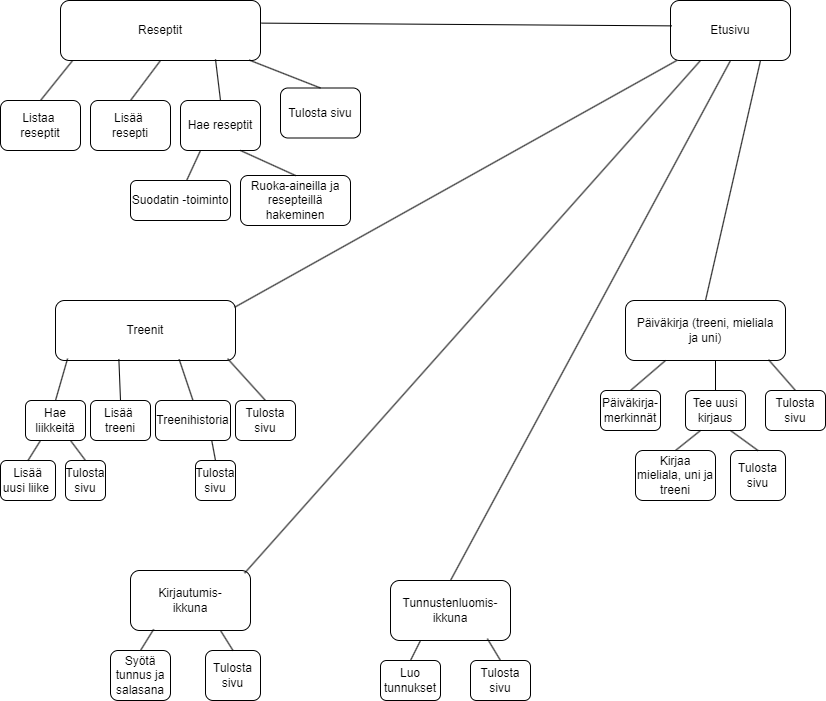
Before: Sisältökartta.drawio.png, a diagram exported from draw.io (PinjaCare/Projektity-n-kaaviot). Source tidied: cells renumbered, new cells last; positions are measured from the earlier drawing's top-left corner, leaving out a move shared by most shapes.
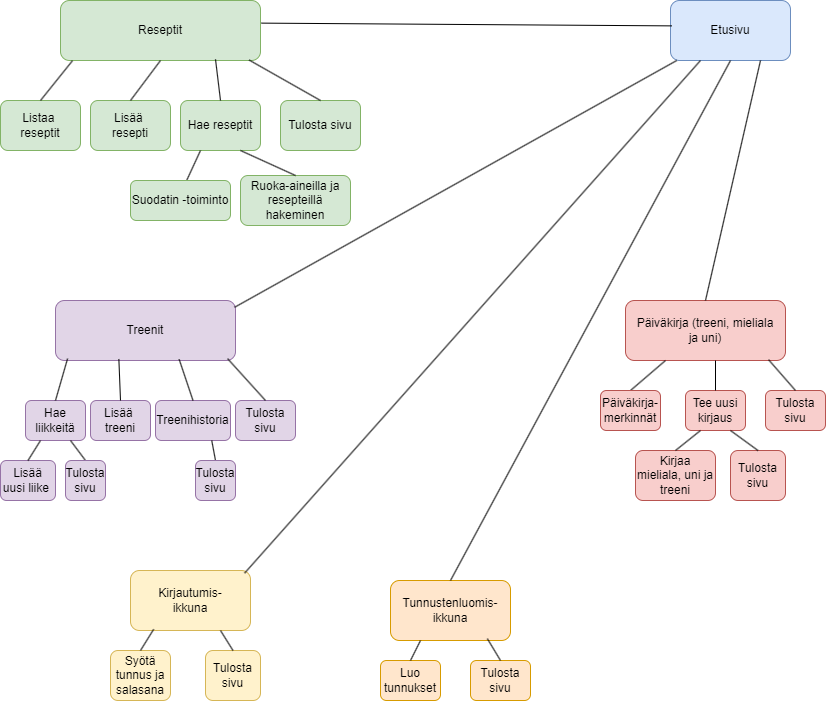
After the commit.

Diff of the diagram source:
```diff
@@ -2,40 +2,40 @@
   <root>
     <mxCell id="0" />
     <mxCell id="1" parent="0" />
-    <mxCell id="2" value="Etusivu" style="rounded=1;whiteSpace=wrap;html=1;" parent="1" vertex="1">
+    <mxCell id="2" value="Etusivu" style="rounded=1;whiteSpace=wrap;html=1;fillColor=#dae8fc;strokeColor=#6c8ebf;" parent="1" vertex="1">
       <mxGeometry x="670" width="120" height="60" as="geometry" />
     </mxCell>
-    <mxCell id="3" value="Reseptit" style="rounded=1;whiteSpace=wrap;html=1;" parent="1" vertex="1">
+    <mxCell id="3" value="Reseptit" style="rounded=1;whiteSpace=wrap;html=1;fillColor=#d5e8d4;strokeColor=#82b366;" parent="1" vertex="1">
       <mxGeometry x="60" width="200" height="60" as="geometry" />
     </mxCell>
-    <mxCell id="4" value="Kirjautumis-&lt;div&gt;ikkuna&lt;/div&gt;" style="rounded=1;whiteSpace=wrap;html=1;" parent="1" vertex="1">
+    <mxCell id="4" value="Kirjautumis-&lt;div&gt;ikkuna&lt;/div&gt;" style="rounded=1;whiteSpace=wrap;html=1;fillColor=#fff2cc;strokeColor=#d6b656;" parent="1" vertex="1">
       <mxGeometry x="130" y="570" width="120" height="60" as="geometry" />
     </mxCell>
-    <mxCell id="5" value="Päiväkirja (treeni, mieliala&lt;div&gt;ja uni)&lt;/div&gt;" style="rounded=1;whiteSpace=wrap;html=1;" parent="1" vertex="1">
+    <mxCell id="5" value="Päiväkirja (treeni, mieliala&lt;div&gt;ja uni)&lt;/div&gt;" style="rounded=1;whiteSpace=wrap;html=1;fillColor=#f8cecc;strokeColor=#b85450;" parent="1" vertex="1">
       <mxGeometry x="625" y="300" width="160" height="60" as="geometry" />
     </mxCell>
-    <mxCell id="6" value="Treenit" style="rounded=1;whiteSpace=wrap;html=1;" parent="1" vertex="1">
+    <mxCell id="6" value="Treenit" style="rounded=1;whiteSpace=wrap;html=1;fillColor=#e1d5e7;strokeColor=#9673a6;" parent="1" vertex="1">
       <mxGeometry x="55" y="300" width="180" height="60" as="geometry" />
     </mxCell>
-    <mxCell id="7" value="Tunnustenluomis-&lt;div&gt;ikkuna&lt;/div&gt;" style="rounded=1;whiteSpace=wrap;html=1;" parent="1" vertex="1">
+    <mxCell id="7" value="Tunnustenluomis-&lt;div&gt;ikkuna&lt;/div&gt;" style="rounded=1;whiteSpace=wrap;html=1;fillColor=#ffe6cc;strokeColor=#d79b00;" parent="1" vertex="1">
       <mxGeometry x="390" y="580" width="120" height="60" as="geometry" />
     </mxCell>
-    <mxCell id="8" value="Listaa&amp;nbsp;&lt;div&gt;reseptit&lt;/div&gt;" style="rounded=1;whiteSpace=wrap;html=1;" parent="1" vertex="1">
+    <mxCell id="8" value="Listaa&amp;nbsp;&lt;div&gt;reseptit&lt;/div&gt;" style="rounded=1;whiteSpace=wrap;html=1;fillColor=#d5e8d4;strokeColor=#82b366;" parent="1" vertex="1">
       <mxGeometry y="100" width="80" height="50" as="geometry" />
     </mxCell>
-    <mxCell id="9" value="Lisää&amp;nbsp;&lt;div&gt;resepti&lt;/div&gt;" style="rounded=1;whiteSpace=wrap;html=1;" parent="1" vertex="1">
+    <mxCell id="9" value="Lisää&amp;nbsp;&lt;div&gt;resepti&lt;/div&gt;" style="rounded=1;whiteSpace=wrap;html=1;fillColor=#d5e8d4;strokeColor=#82b366;" parent="1" vertex="1">
       <mxGeometry x="90" y="100" width="80" height="50" as="geometry" />
     </mxCell>
-    <mxCell id="10" value="Hae reseptit" style="rounded=1;whiteSpace=wrap;html=1;" parent="1" vertex="1">
+    <mxCell id="10" value="Hae reseptit" style="rounded=1;whiteSpace=wrap;html=1;fillColor=#d5e8d4;strokeColor=#82b366;" parent="1" vertex="1">
       <mxGeometry x="180" y="100" width="80" height="50" as="geometry" />
     </mxCell>
     <mxCell id="11" style="endArrow=none;html=1;rounded=0;exitX=0.5;exitY=0.333;exitDx=0;exitDy=0;exitPerimeter=0;entryX=0.25;entryY=1;entryDx=0;entryDy=0;" parent="1" edge="1" source="12" target="10">
       <mxGeometry relative="1" as="geometry" />
     </mxCell>
-    <mxCell id="12" value="Suodatin -toiminto" style="rounded=1;whiteSpace=wrap;html=1;" parent="1" vertex="1">
+    <mxCell id="12" value="Suodatin -toiminto" style="rounded=1;whiteSpace=wrap;html=1;fillColor=#d5e8d4;strokeColor=#82b366;" parent="1" vertex="1">
       <mxGeometry x="130" y="180" width="100" height="40" as="geometry" />
     </mxCell>
-    <mxCell id="13" value="Ruoka-aineilla ja resepteillä&lt;div&gt;hakeminen&lt;/div&gt;" style="rounded=1;whiteSpace=wrap;html=1;" parent="1" vertex="1">
+    <mxCell id="13" value="Ruoka-aineilla ja resepteillä&lt;div&gt;hakeminen&lt;/div&gt;" style="rounded=1;whiteSpace=wrap;html=1;fillColor=#d5e8d4;strokeColor=#82b366;" parent="1" vertex="1">
       <mxGeometry x="240" y="175" width="110" height="50" as="geometry" />
     </mxCell>
     <mxCell id="14" style="endArrow=none;html=1;rounded=0;exitX=0.5;exitY=0;exitDx=0;exitDy=0;entryX=0.75;entryY=1;entryDx=0;entryDy=0;" parent="1" edge="1" source="13" target="10">
@@ -47,13 +47,13 @@
     <mxCell id="16" style="endArrow=none;html=1;rounded=0;exitX=0.5;exitY=0;exitDx=0;exitDy=0;entryX=0.5;entryY=1;entryDx=0;entryDy=0;" parent="1" edge="1" source="9" target="3">
       <mxGeometry relative="1" as="geometry" />
     </mxCell>
-    <mxCell id="17" value="Hae liikkeitä" style="rounded=1;whiteSpace=wrap;html=1;" parent="1" vertex="1">
+    <mxCell id="17" value="Hae liikkeitä" style="rounded=1;whiteSpace=wrap;html=1;fillColor=#e1d5e7;strokeColor=#9673a6;" parent="1" vertex="1">
       <mxGeometry x="25" y="400" width="60" height="40" as="geometry" />
     </mxCell>
-    <mxCell id="18" value="Lisää&amp;nbsp;&lt;div&gt;treeni&lt;/div&gt;" style="rounded=1;whiteSpace=wrap;html=1;" parent="1" vertex="1">
+    <mxCell id="18" value="Lisää&amp;nbsp;&lt;div&gt;treeni&lt;/div&gt;" style="rounded=1;whiteSpace=wrap;html=1;fillColor=#e1d5e7;strokeColor=#9673a6;" parent="1" vertex="1">
       <mxGeometry x="90" y="400" width="60" height="40" as="geometry" />
     </mxCell>
-    <mxCell id="19" value="Treenihistoria" style="rounded=1;whiteSpace=wrap;html=1;" parent="1" vertex="1">
+    <mxCell id="19" value="Treenihistoria" style="rounded=1;whiteSpace=wrap;html=1;fillColor=#e1d5e7;strokeColor=#9673a6;" parent="1" vertex="1">
       <mxGeometry x="155" y="400" width="75" height="40" as="geometry" />
     </mxCell>
     <mxCell id="20" style="endArrow=none;html=1;rounded=0;exitX=0.5;exitY=0;exitDx=0;exitDy=0;entryX=0.067;entryY=0.969;entryDx=0;entryDy=0;entryPerimeter=0;" parent="1" edge="1" source="17" target="6">
@@ -62,7 +62,7 @@
     <mxCell id="21" style="endArrow=none;html=1;rounded=0;exitX=0.5;exitY=0;exitDx=0;exitDy=0;entryX=0.75;entryY=1;entryDx=0;entryDy=0;" parent="1" edge="1" source="38" target="17">
       <mxGeometry relative="1" as="geometry" />
     </mxCell>
-    <mxCell id="22" value="Lisää uusi liike&amp;nbsp;" style="rounded=1;whiteSpace=wrap;html=1;" parent="1" vertex="1">
+    <mxCell id="22" value="Lisää uusi liike&amp;nbsp;" style="rounded=1;whiteSpace=wrap;html=1;fillColor=#e1d5e7;strokeColor=#9673a6;" parent="1" vertex="1">
       <mxGeometry y="460" width="55" height="40" as="geometry" />
     </mxCell>
     <mxCell id="23" style="endArrow=none;html=1;rounded=0;exitX=0.5;exitY=0;exitDx=0;exitDy=0;entryX=0.25;entryY=1;entryDx=0;entryDy=0;" parent="1" edge="1" source="22" target="17">
@@ -74,22 +74,22 @@
     <mxCell id="25" style="endArrow=none;html=1;rounded=0;exitX=0.5;exitY=0;exitDx=0;exitDy=0;entryX=0.687;entryY=0.98;entryDx=0;entryDy=0;entryPerimeter=0;" parent="1" edge="1" source="19" target="6">
       <mxGeometry relative="1" as="geometry" />
     </mxCell>
-    <mxCell id="26" value="Tulosta sivu" style="rounded=1;whiteSpace=wrap;html=1;" parent="1" vertex="1">
-      <mxGeometry x="280" y="87.5" width="80" height="50" as="geometry" />
+    <mxCell id="26" value="Tulosta sivu" style="rounded=1;whiteSpace=wrap;html=1;fillColor=#d5e8d4;strokeColor=#82b366;" parent="1" vertex="1">
+      <mxGeometry x="280" y="100" width="80" height="50" as="geometry" />
     </mxCell>
     <mxCell id="27" style="endArrow=none;html=1;rounded=0;exitX=0.5;exitY=0;exitDx=0;exitDy=0;entryX=0.943;entryY=0.992;entryDx=0;entryDy=0;entryPerimeter=0;" parent="1" edge="1" source="26" target="3">
       <mxGeometry relative="1" as="geometry" />
     </mxCell>
-    <mxCell id="28" value="Tulosta sivu" style="rounded=1;whiteSpace=wrap;html=1;" parent="1" vertex="1">
+    <mxCell id="28" value="Tulosta sivu" style="rounded=1;whiteSpace=wrap;html=1;fillColor=#e1d5e7;strokeColor=#9673a6;" parent="1" vertex="1">
       <mxGeometry x="235" y="400" width="60" height="40" as="geometry" />
     </mxCell>
-    <mxCell id="29" value="Tulosta sivu" style="rounded=1;whiteSpace=wrap;html=1;" parent="1" vertex="1">
+    <mxCell id="29" value="Tulosta sivu" style="rounded=1;whiteSpace=wrap;html=1;fillColor=#f8cecc;strokeColor=#b85450;" parent="1" vertex="1">
       <mxGeometry x="765" y="390" width="60" height="40" as="geometry" />
     </mxCell>
-    <mxCell id="30" value="Tulosta sivu" style="rounded=1;whiteSpace=wrap;html=1;" parent="1" vertex="1">
+    <mxCell id="30" value="Tulosta sivu" style="rounded=1;whiteSpace=wrap;html=1;fillColor=#ffe6cc;strokeColor=#d79b00;" parent="1" vertex="1">
       <mxGeometry x="470" y="660" width="60" height="40" as="geometry" />
     </mxCell>
-    <mxCell id="31" value="Tulosta sivu" style="rounded=1;whiteSpace=wrap;html=1;" parent="1" vertex="1">
+    <mxCell id="31" value="Tulosta sivu" style="rounded=1;whiteSpace=wrap;html=1;fillColor=#fff2cc;strokeColor=#d6b656;" parent="1" vertex="1">
       <mxGeometry x="205" y="650" width="55" height="50" as="geometry" />
     </mxCell>
     <mxCell id="32" style="endArrow=none;html=1;rounded=0;exitX=0.011;exitY=0.423;exitDx=0;exitDy=0;exitPerimeter=0;entryX=1.005;entryY=0.377;entryDx=0;entryDy=0;entryPerimeter=0;" parent="1" edge="1" source="2" target="3">
@@ -110,22 +110,22 @@
     <mxCell id="37" style="endArrow=none;html=1;rounded=0;entryX=0.25;entryY=1;entryDx=0;entryDy=0;exitX=0.5;exitY=0;exitDx=0;exitDy=0;" parent="1" edge="1" source="42" target="5">
       <mxGeometry relative="1" as="geometry" />
     </mxCell>
-    <mxCell id="38" value="Tulosta sivu" style="rounded=1;whiteSpace=wrap;html=1;" parent="1" vertex="1">
+    <mxCell id="38" value="Tulosta sivu" style="rounded=1;whiteSpace=wrap;html=1;fillColor=#e1d5e7;strokeColor=#9673a6;" parent="1" vertex="1">
       <mxGeometry x="65" y="460" width="40" height="40" as="geometry" />
     </mxCell>
     <mxCell id="39" style="endArrow=none;html=1;rounded=0;exitX=0.5;exitY=0;exitDx=0;exitDy=0;entryX=0.75;entryY=1;entryDx=0;entryDy=0;" parent="1" edge="1" source="40" target="19">
       <mxGeometry relative="1" as="geometry" />
     </mxCell>
-    <mxCell id="40" value="Tulosta sivu" style="rounded=1;whiteSpace=wrap;html=1;" parent="1" vertex="1">
+    <mxCell id="40" value="Tulosta sivu" style="rounded=1;whiteSpace=wrap;html=1;fillColor=#e1d5e7;strokeColor=#9673a6;" parent="1" vertex="1">
       <mxGeometry x="195" y="460" width="40" height="40" as="geometry" />
     </mxCell>
     <mxCell id="41" style="endArrow=none;html=1;rounded=0;exitX=0.5;exitY=0;exitDx=0;exitDy=0;entryX=0.352;entryY=0.975;entryDx=0;entryDy=0;entryPerimeter=0;" parent="1" edge="1" source="18" target="6">
       <mxGeometry relative="1" as="geometry" />
     </mxCell>
-    <mxCell id="42" value="Päiväkirja-&lt;div&gt;merkinnät&lt;/div&gt;" style="rounded=1;whiteSpace=wrap;html=1;" parent="1" vertex="1">
+    <mxCell id="42" value="Päiväkirja-&lt;div&gt;merkinnät&lt;/div&gt;" style="rounded=1;whiteSpace=wrap;html=1;fillColor=#f8cecc;strokeColor=#b85450;" parent="1" vertex="1">
       <mxGeometry x="600" y="390" width="60" height="40" as="geometry" />
     </mxCell>
-    <mxCell id="43" value="Tee uusi kirjaus" style="rounded=1;whiteSpace=wrap;html=1;" parent="1" vertex="1">
+    <mxCell id="43" value="Tee uusi kirjaus" style="rounded=1;whiteSpace=wrap;html=1;fillColor=#f8cecc;strokeColor=#b85450;" parent="1" vertex="1">
       <mxGeometry x="685" y="390" width="60" height="40" as="geometry" />
     </mxCell>
     <mxCell id="44" style="endArrow=none;html=1;rounded=0;entryX=0.25;entryY=1;entryDx=0;entryDy=0;exitX=0.5;exitY=0;exitDx=0;exitDy=0;" parent="1" edge="1" source="43">
@@ -133,13 +133,13 @@
         <mxPoint x="715" y="360" as="targetPoint" />
       </mxGeometry>
     </mxCell>
-    <mxCell id="45" value="Tulosta sivu" style="rounded=1;whiteSpace=wrap;html=1;" parent="1" vertex="1">
+    <mxCell id="45" value="Tulosta sivu" style="rounded=1;whiteSpace=wrap;html=1;fillColor=#f8cecc;strokeColor=#b85450;" parent="1" vertex="1">
       <mxGeometry x="730" y="450" width="55" height="50" as="geometry" />
     </mxCell>
     <mxCell id="46" style="endArrow=none;html=1;rounded=0;entryX=0.75;entryY=1;entryDx=0;entryDy=0;exitX=0.5;exitY=0;exitDx=0;exitDy=0;" parent="1" edge="1" source="45" target="43">
       <mxGeometry relative="1" as="geometry" />
     </mxCell>
-    <mxCell id="47" value="Kirjaa mieliala, uni ja treeni" style="rounded=1;whiteSpace=wrap;html=1;" parent="1" vertex="1">
+    <mxCell id="47" value="Kirjaa mieliala, uni ja treeni" style="rounded=1;whiteSpace=wrap;html=1;fillColor=#f8cecc;strokeColor=#b85450;" parent="1" vertex="1">
       <mxGeometry x="635" y="450" width="80" height="50" as="geometry" />
     </mxCell>
     <mxCell id="48" style="endArrow=none;html=1;rounded=0;entryX=0.25;entryY=1;entryDx=0;entryDy=0;exitX=0.5;exitY=0;exitDx=0;exitDy=0;" parent="1" edge="1" source="47" target="43">
@@ -157,13 +157,13 @@
     <mxCell id="52" style="endArrow=none;html=1;rounded=0;exitX=0.5;exitY=0;exitDx=0;exitDy=0;entryX=0.75;entryY=1;entryDx=0;entryDy=0;" parent="1" edge="1" source="31" target="4">
       <mxGeometry relative="1" as="geometry" />
     </mxCell>
-    <mxCell id="53" value="Luo tunnukset" style="rounded=1;whiteSpace=wrap;html=1;" parent="1" vertex="1">
+    <mxCell id="53" value="Luo tunnukset" style="rounded=1;whiteSpace=wrap;html=1;fillColor=#ffe6cc;strokeColor=#d79b00;" parent="1" vertex="1">
       <mxGeometry x="380" y="660" width="60" height="40" as="geometry" />
     </mxCell>
     <mxCell id="54" style="endArrow=none;html=1;rounded=0;exitX=0.5;exitY=0;exitDx=0;exitDy=0;entryX=0.25;entryY=1;entryDx=0;entryDy=0;" parent="1" edge="1" source="53" target="7">
       <mxGeometry relative="1" as="geometry" />
     </mxCell>
-    <mxCell id="55" value="Syötä tunnus ja salasana" style="rounded=1;whiteSpace=wrap;html=1;" parent="1" vertex="1">
+    <mxCell id="55" value="Syötä tunnus ja salasana" style="rounded=1;whiteSpace=wrap;html=1;fillColor=#fff2cc;strokeColor=#d6b656;" parent="1" vertex="1">
       <mxGeometry x="110" y="650" width="60" height="50" as="geometry" />
     </mxCell>
     <mxCell id="56" style="endArrow=none;html=1;rounded=0;exitX=0.5;exitY=0;exitDx=0;exitDy=0;entryX=0.193;entryY=0.98;entryDx=0;entryDy=0;entryPerimeter=0;" parent="1" edge="1" source="55" target="4">
```
